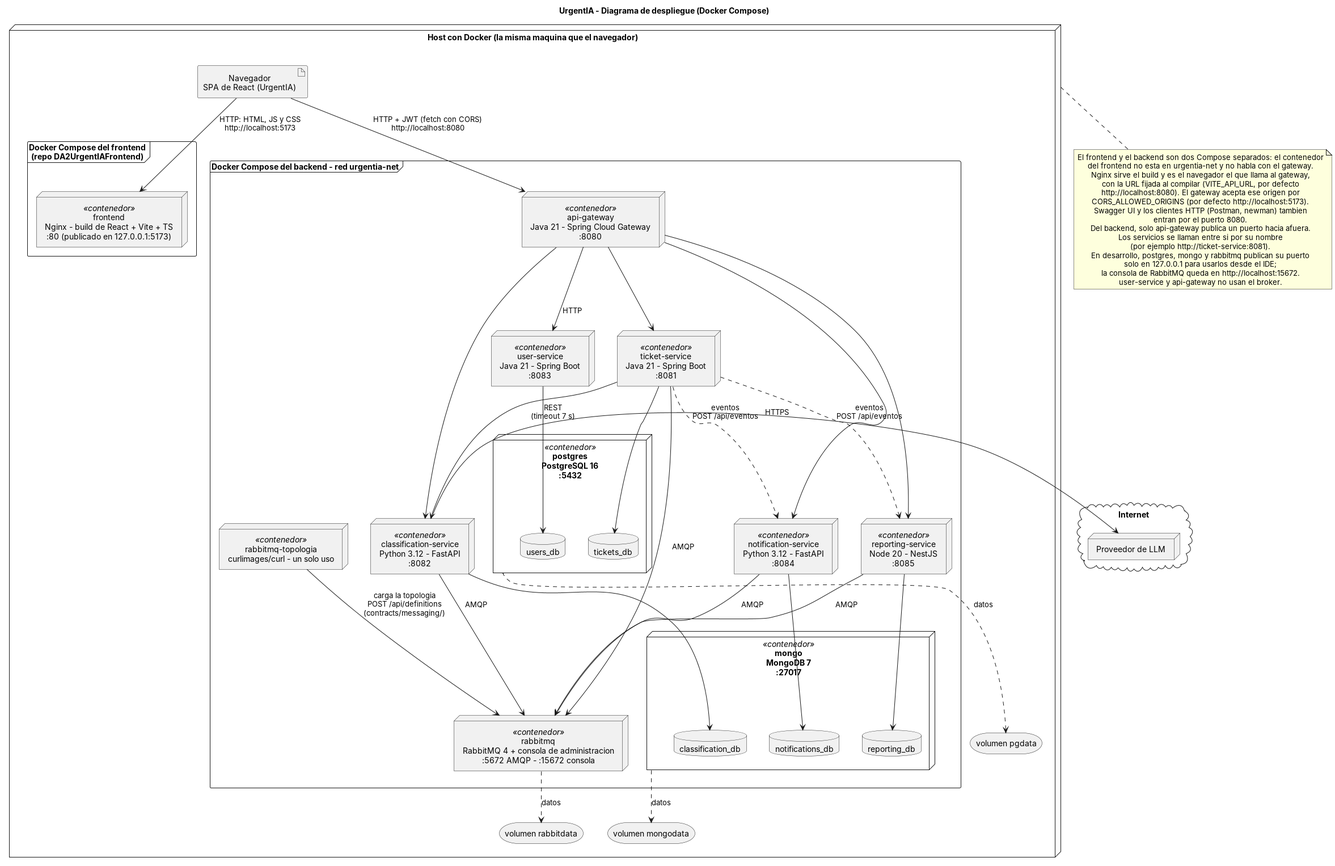
This is docs/diagrams/despliegue.png from AVFare/DA2UrgentIABackend, a PlantUML export, as it was before one commit.
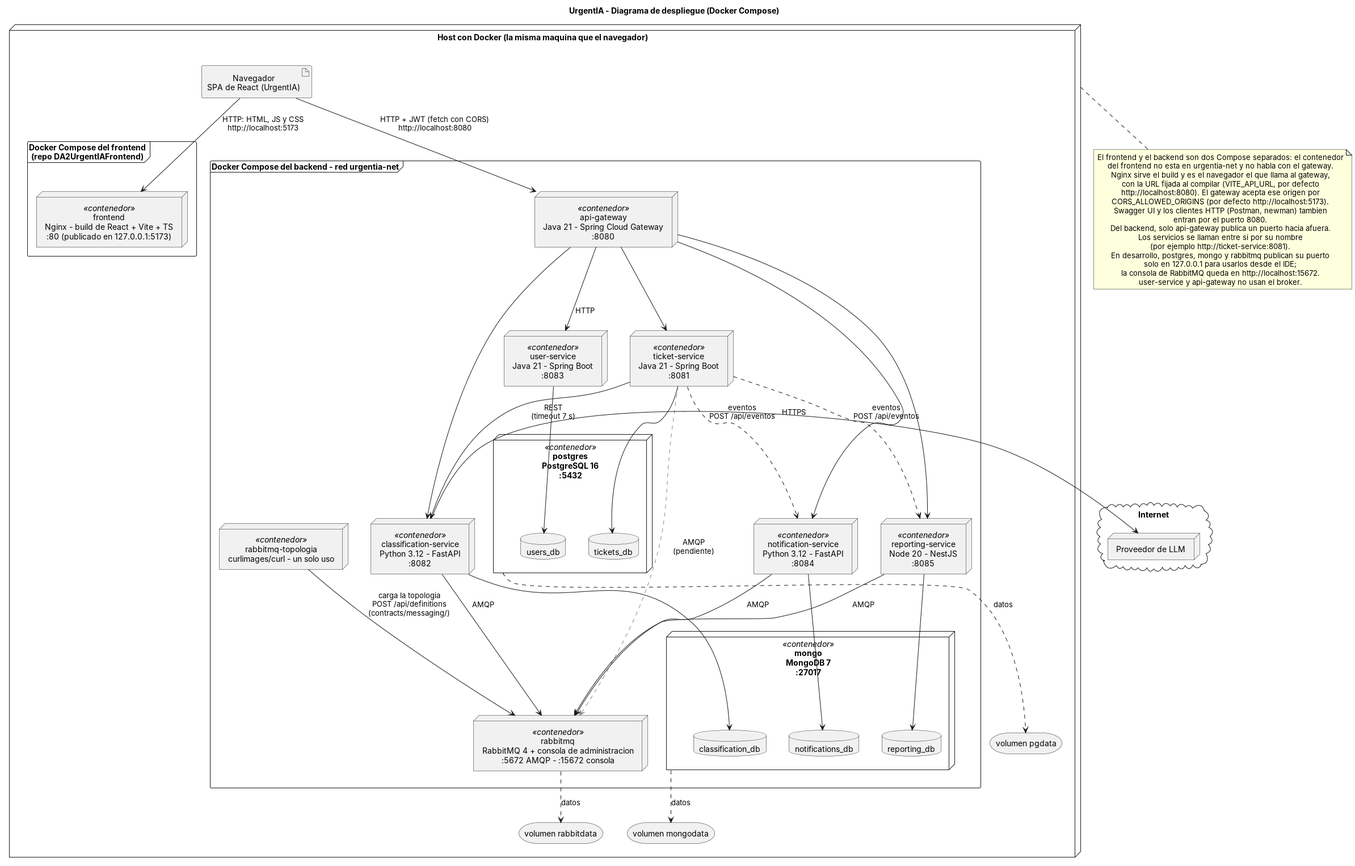
The same file after the commit.

Commit message:
docs(diagramas): marca como pendiente la conexión AMQP de ticket-service en el diagrama de despliegue

Diff of the diagram source:
```diff
@@ -62,7 +62,7 @@
 ts ..> ns : eventos\nPOST /api/eventos
 ts ..> rs : eventos\nPOST /api/eventos
 
-ts --> rmq : AMQP
+ts -[#888888,dashed]-> rmq : AMQP\n(pendiente)
 cs --> rmq : AMQP
 ns --> rmq : AMQP
 rs --> rmq : AMQP
```
